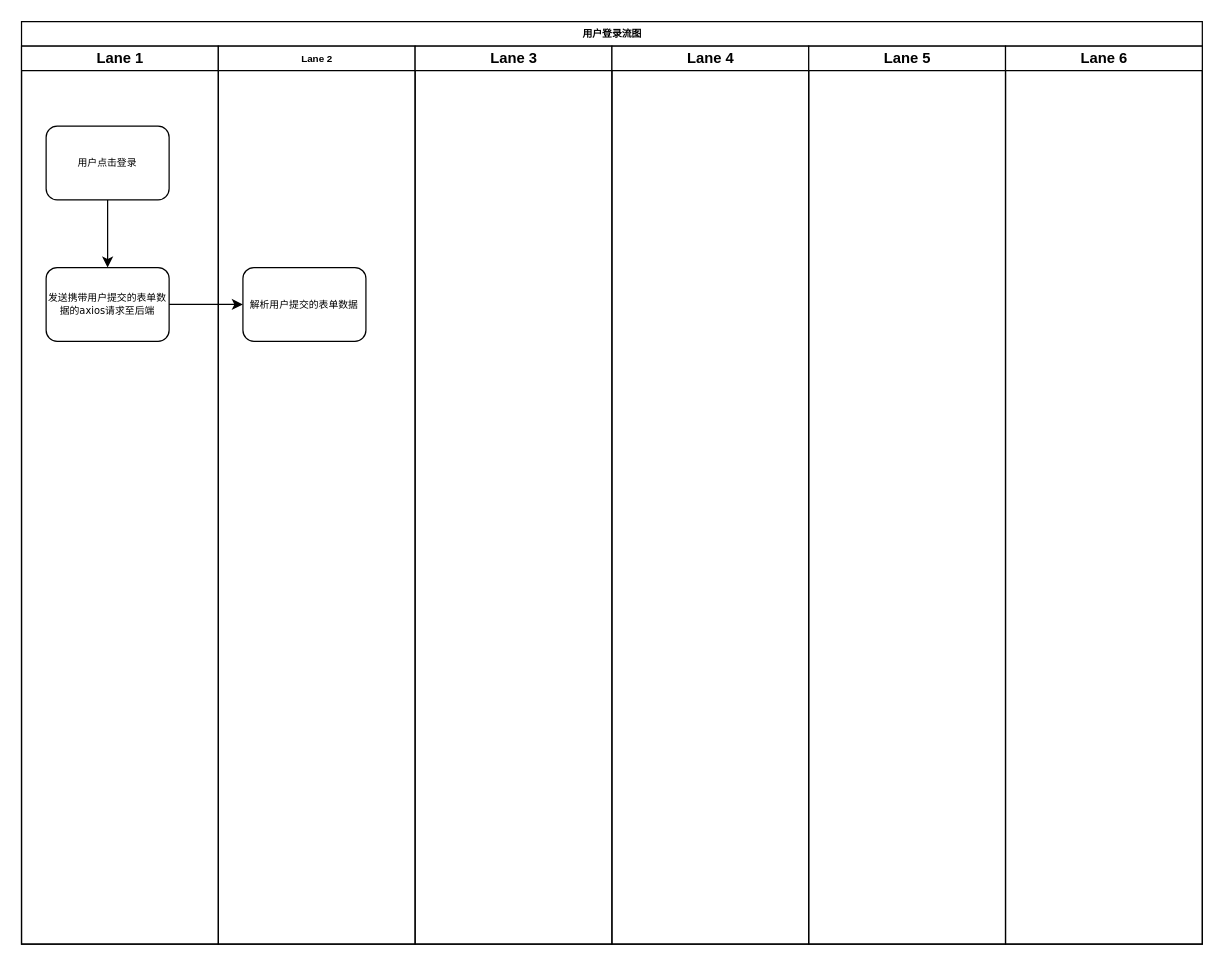
Above: 未命名绘图.drawio in JQuan526/flow-graph (draw.io), before the change. Source tidied: cells renumbered, new cells numbered last; positions are measured from the earlier drawing's top-left corner, leaving out a move shared by most shapes. Both pictures are drawn from the tidied source at 123%, with x=0, y=0 at pixel (21, 21).
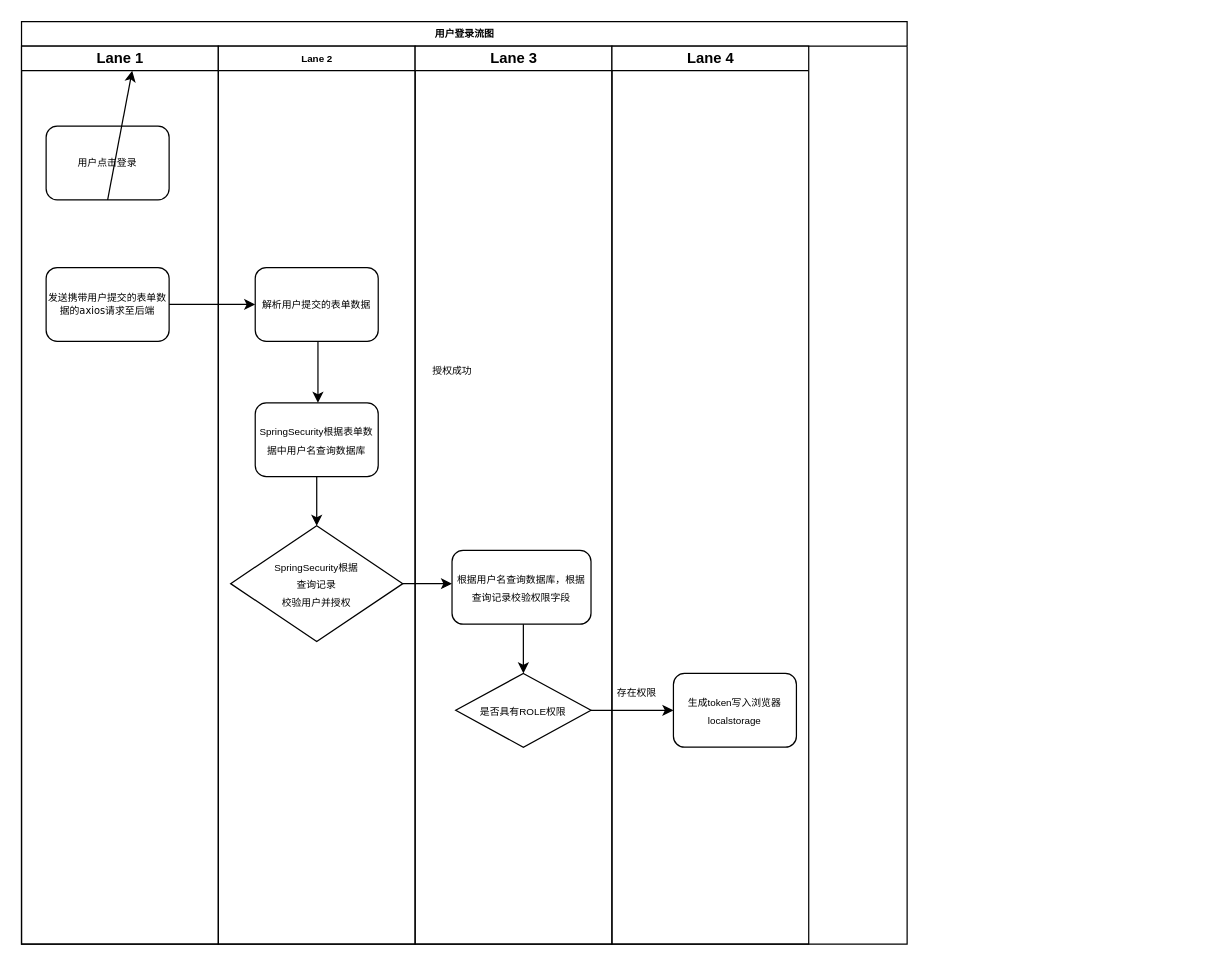
Above is the later version.

Commit message (it also covers changes not shown here):
用户登录流图.drawio

The change refers to these unchanged cells:
```xml
<mxCell id="4" value="用户点击登录" style="rounded=1;whiteSpace=wrap;html=1;shadow=0;labelBackgroundColor=none;strokeWidth=1;fontFamily=Verdana;fontSize=8;align=center;" parent="3" vertex="1">
  <mxGeometry x="20" y="65" width="100" height="60" as="geometry" />
</mxCell>
<mxCell id="6" value="Lane 2" style="swimlane;html=1;startSize=20;fontSize=8;" parent="2" vertex="1">
  <mxGeometry x="160" y="20" width="160" height="730" as="geometry" />
</mxCell>
```

Change to the diagram source:
```diff
@@
     <mxCell id="2" value="用户登录流图" style="swimlane;html=1;startSize=20;rounded=0;shadow=0;labelBackgroundColor=none;strokeWidth=1;fontFamily=Verdana;fontSize=8;align=center;" parent="1" vertex="1">
-      <mxGeometry width="960" height="750" as="geometry" />
+      <mxGeometry width="720" height="750" as="geometry" />
     </mxCell>
@@
     <mxCell id="7" value="&lt;p style=&quot;font-size: 8px;&quot;&gt;&lt;font style=&quot;font-size: 8px;&quot;&gt;解析用户提交的表单数据&lt;/font&gt;&lt;/p&gt;" style="rounded=1;whiteSpace=wrap;html=1;" parent="6" vertex="1">
-      <mxGeometry x="20" y="180" width="100" height="60" as="geometry" />
+      <mxGeometry x="30" y="180" width="100" height="60" as="geometry" />
     </mxCell>
+    <mxCell id="14" value="&lt;font style=&quot;font-size: 8px;&quot;&gt;SpringSecurity根据表单数据中用户名查询数据库&lt;/font&gt;" style="rounded=1;whiteSpace=wrap;html=1;" parent="6" vertex="1">
+      <mxGeometry x="30" y="290" width="100" height="60" as="geometry" />
+    </mxCell>
+    <mxCell id="15" style="endArrow=classic;html=1;rounded=0;entryX=0.5;entryY=0;entryDx=0;entryDy=0;" parent="6" edge="1">
+      <mxGeometry relative="1" as="geometry">
+        <mxPoint x="81" y="240" as="sourcePoint" />
+        <mxPoint x="81" y="290" as="targetPoint" />
+      </mxGeometry>
+    </mxCell>
+    <mxCell id="16" value="&lt;div&gt;&lt;font style=&quot;font-size: 8px;&quot;&gt;SpringSecurity根据&lt;/font&gt;&lt;/div&gt;&lt;div&gt;&lt;font style=&quot;font-size: 8px;&quot;&gt;查询记录&lt;/font&gt;&lt;/div&gt;&lt;div&gt;&lt;font style=&quot;font-size: 8px;&quot;&gt;校验用户并授权&lt;/font&gt;&lt;/div&gt;" style="rhombus;whiteSpace=wrap;html=1;" parent="6" vertex="1">
+      <mxGeometry x="10" y="390" width="140" height="94" as="geometry" />
+    </mxCell>
+    <mxCell id="17" style="endArrow=classic;html=1;rounded=0;exitX=0.5;exitY=1;exitDx=0;exitDy=0;" parent="6" edge="1" source="14" target="16">
+      <mxGeometry relative="1" as="geometry" />
+    </mxCell>
-    <mxCell id="8" value="Lane 3" style="swimlane;html=1;startSize=20;" parent="2" vertex="1">
+    <mxCell id="8" value="Lane 3" style="swimlane;html=1;startSize=20;labelBorderColor=#ffffff;" parent="2" vertex="1">
       <mxGeometry x="320" y="20" width="160" height="730" as="geometry" />
     </mxCell>
+    <mxCell id="18" value="&lt;div&gt;&lt;font style=&quot;font-size: 8px;&quot;&gt;根据用户名查询数据库，根据&lt;/font&gt;&lt;/div&gt;&lt;div&gt;&lt;font style=&quot;font-size: 8px;&quot;&gt;查询记录校验权限字段&lt;br&gt;&lt;/font&gt;&lt;/div&gt;" style="rounded=1;whiteSpace=wrap;html=1;" parent="8" vertex="1">
+      <mxGeometry x="30" y="410" width="113" height="60" as="geometry" />
+    </mxCell>
+    <mxCell id="19" value="&lt;font style=&quot;font-size: 8px;&quot;&gt;是否具有ROLE权限&lt;/font&gt;" style="rhombus;whiteSpace=wrap;html=1;" parent="8" vertex="1">
+      <mxGeometry x="33" y="510" width="110" height="60" as="geometry" />
+    </mxCell>
+    <mxCell id="20" style="endArrow=classic;html=1;rounded=0;entryX=0.5;entryY=0;entryDx=0;entryDy=0;" parent="8" edge="1" target="19">
+      <mxGeometry relative="1" as="geometry">
+        <mxPoint x="88" y="470" as="sourcePoint" />
+      </mxGeometry>
+    </mxCell>
-    <mxCell id="9" value="Lane 4" style="swimlane;html=1;startSize=20;" parent="2" vertex="1">
+    <mxCell id="9" value="Lane 4" style="swimlane;html=1;startSize=20;labelBorderColor=#ffffff;" parent="2" vertex="1">
       <mxGeometry x="480" y="20" width="160" height="730" as="geometry" />
     </mxCell>
-    <mxCell id="10" value="Lane 5" style="swimlane;html=1;startSize=20;" parent="2" vertex="1">
-      <mxGeometry x="640" y="20" width="160" height="730" as="geometry" />
-    </mxCell>
-    <mxCell id="11" value="Lane 6" style="swimlane;html=1;startSize=20;" parent="2" vertex="1">
-      <mxGeometry x="800" y="20" width="160" height="730" as="geometry" />
-    </mxCell>
+    <mxCell id="21" value="&lt;font style=&quot;font-size: 8px;&quot;&gt;生成token写入浏览器localstorage&lt;/font&gt;" style="rounded=1;whiteSpace=wrap;html=1;" parent="9" vertex="1">
+      <mxGeometry x="50" y="510" width="100" height="60" as="geometry" />
+    </mxCell>
+    <mxCell id="22" value="&lt;font style=&quot;font-size: 8px;&quot;&gt;存在权限&lt;/font&gt;" style="text;html=1;align=center;verticalAlign=middle;strokeColor=none;fillColor=none;" parent="9" vertex="1">
+      <mxGeometry x="-10" y="510" width="60" height="30" as="geometry" />
+    </mxCell>
@@
+    <mxCell id="23" style="endArrow=classic;html=1;rounded=0;exitX=1;exitY=0.5;exitDx=0;exitDy=0;" parent="2" edge="1" source="16">
+      <mxGeometry relative="1" as="geometry">
+        <mxPoint x="350" y="457" as="targetPoint" />
+      </mxGeometry>
+    </mxCell>
+    <mxCell id="24" style="endArrow=classic;html=1;rounded=0;entryX=0;entryY=0.5;entryDx=0;entryDy=0;exitX=1;exitY=0.5;exitDx=0;exitDy=0;" parent="2" edge="1" source="19" target="21">
+      <mxGeometry relative="1" as="geometry">
+        <Array as="points">
+          <mxPoint x="500" y="560" />
+        </Array>
+      </mxGeometry>
+    </mxCell>
     <mxCell id="13" style="endArrow=classic;html=1;rounded=0;exitX=0.5;exitY=1;exitDx=0;exitDy=0;" parent="1" edge="1" source="4">
       <mxGeometry relative="1" as="geometry">
-        <mxPoint x="70" y="200" as="targetPoint" />
+        <mxPoint x="90" y="40" as="targetPoint" />
       </mxGeometry>
     </mxCell>
+    <mxCell id="25" value="&lt;font style=&quot;font-size: 8px;&quot;&gt;授权成功&lt;/font&gt;" style="text;html=1;align=center;verticalAlign=middle;strokeColor=none;fillColor=none;" parent="1" vertex="1">
+      <mxGeometry x="320" y="268" width="60" height="30" as="geometry" />
+    </mxCell>
```
